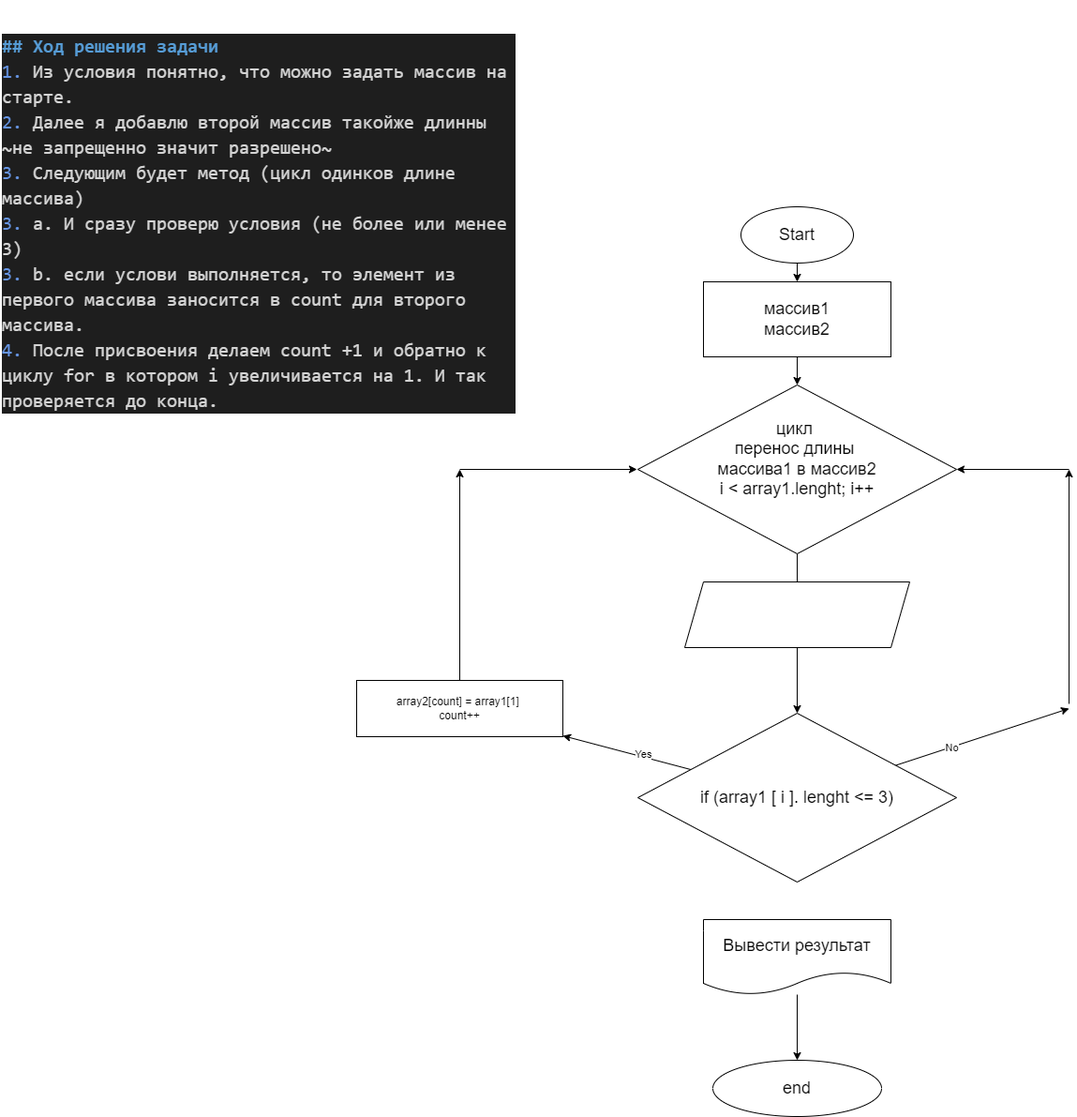
This is Ex01/Ex01.drawio.png from NeoAdd/Final1Q, a draw.io export, as it was before one commit. Source tidied: cells renumbered, new cells last; positions are measured from the earlier drawing's top-left corner, leaving out a move shared by most shapes.
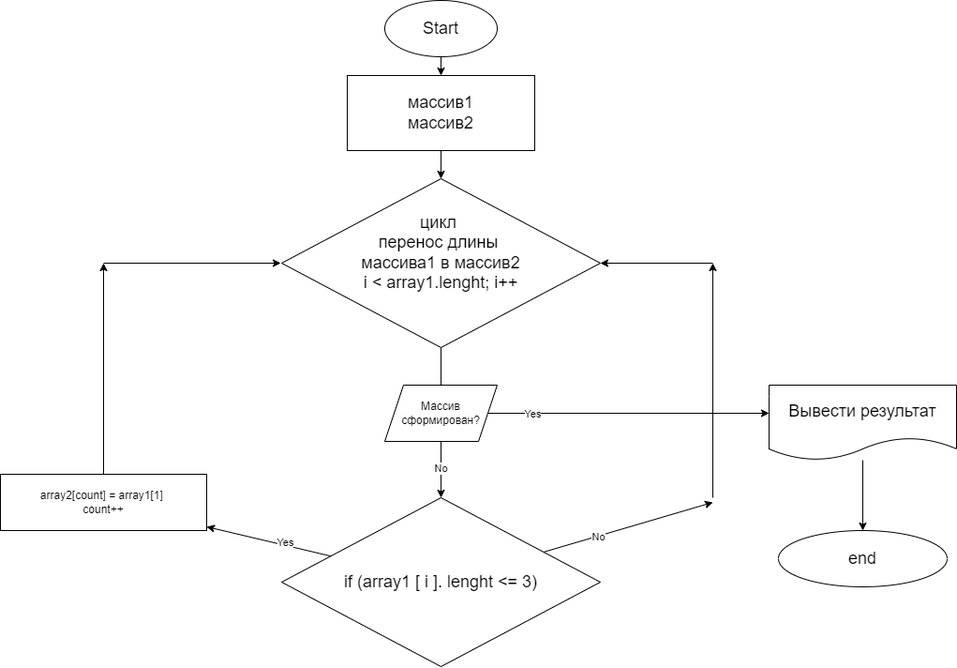
After the commit.

Commit message:
исправил ошибки в схеме2

Diff of the diagram source:
```diff
@@ -20,17 +20,17 @@
       <mxGeometry relative="1" as="geometry" />
     </mxCell>
     <mxCell id="7" value="Вывести результат" style="shape=document;whiteSpace=wrap;html=1;boundedLbl=1;fontSize=18;" parent="1" vertex="1">
-      <mxGeometry x="750" y="980" width="200" height="80" as="geometry" />
+      <mxGeometry x="1200" y="630" width="200" height="80" as="geometry" />
     </mxCell>
     <mxCell id="8" value="end" style="ellipse;whiteSpace=wrap;html=1;fontSize=18;" parent="1" vertex="1">
-      <mxGeometry x="760" y="1130" width="180" height="60" as="geometry" />
+      <mxGeometry x="1210" y="785" width="180" height="60" as="geometry" />
     </mxCell>
-    <mxCell id="9" value="&#10;&#10;&lt;div style=&quot;color: rgb(212, 212, 212); background-color: rgb(30, 30, 30); font-family: consolas, &amp;quot;courier new&amp;quot;, monospace; font-weight: normal; font-size: 20px; line-height: 27px;&quot;&gt;&lt;div&gt;&lt;span style=&quot;color: #569cd6 ; font-weight: bold&quot;&gt;## Ход решения задачи&lt;/span&gt;&lt;/div&gt;&lt;div&gt;&lt;span style=&quot;color: #6796e6&quot;&gt;1.&lt;/span&gt;&lt;span style=&quot;color: #d4d4d4&quot;&gt; Из условия понятно, что можно задать массив на старте.&lt;/span&gt;&lt;/div&gt;&lt;div&gt;&lt;span style=&quot;color: #6796e6&quot;&gt;2.&lt;/span&gt;&lt;span style=&quot;color: #d4d4d4&quot;&gt; Далее я добавлю второй массив такойже длинны ~не запрещенно значит разрешено~&lt;/span&gt;&lt;/div&gt;&lt;div&gt;&lt;span style=&quot;color: #6796e6&quot;&gt;3.&lt;/span&gt;&lt;span style=&quot;color: #d4d4d4&quot;&gt; Следующим будет метод (цикл одинков длине массива)&lt;/span&gt;&lt;/div&gt;&lt;div&gt;&lt;span style=&quot;color: #6796e6&quot;&gt;3.&lt;/span&gt;&lt;span style=&quot;color: #d4d4d4&quot;&gt; a. И сразу проверю условия (не более или менее 3)&lt;/span&gt;&lt;/div&gt;&lt;div&gt;&lt;span style=&quot;color: #6796e6&quot;&gt;3.&lt;/span&gt;&lt;span style=&quot;color: #d4d4d4&quot;&gt; b. если услови выполняется, то элемент из первого массива заносится в count для второго массива.&lt;/span&gt;&lt;/div&gt;&lt;div&gt;&lt;span style=&quot;color: #6796e6&quot;&gt;4.&lt;/span&gt;&lt;span style=&quot;color: #d4d4d4&quot;&gt; После присвоения делаем count +1 и обратно к циклу for в котором i увеличивается на 1. И так проверяется до конца.&lt;/span&gt;&lt;/div&gt;&lt;/div&gt;&#10;&#10;" style="text;whiteSpace=wrap;html=1;" parent="1" vertex="1">
-      <mxGeometry width="550" height="420" as="geometry" />
-    </mxCell>
     <mxCell id="10" style="edgeStyle=none;html=1;" parent="1" edge="1" source="11" target="16">
       <mxGeometry relative="1" as="geometry" />
     </mxCell>
+    <mxCell id="23" value="No" style="edgeLabel;html=1;align=center;verticalAlign=middle;" parent="10" vertex="1">
+      <mxGeometry x="0.6" y="-1" relative="1" as="geometry" />
+    </mxCell>
     <mxCell id="11" value="&lt;span style=&quot;font-size: 18px&quot;&gt;ц&lt;/span&gt;&lt;span style=&quot;font-size: 18px&quot;&gt;икл&amp;nbsp;&lt;/span&gt;&lt;span style=&quot;font-size: 18px&quot;&gt;&lt;br&gt;&lt;/span&gt;&lt;span style=&quot;font-size: 18px&quot;&gt;перенос длины &lt;br&gt;массива1 в массив2&lt;br&gt;i &amp;lt; array1.lenght; i++&lt;br&gt;&amp;nbsp;&lt;/span&gt;&lt;span style=&quot;font-size: 18px&quot;&gt;&amp;nbsp;&lt;/span&gt;" style="rhombus;whiteSpace=wrap;html=1;" parent="1" vertex="1">
       <mxGeometry x="680" y="410" width="340" height="180" as="geometry" />
     </mxCell>
@@ -49,7 +49,7 @@
       <mxGeometry x="-0.36" relative="1" as="geometry" />
     </mxCell>
     <mxCell id="16" value="&lt;span style=&quot;font-size: 18px&quot;&gt;if (array1 [ i ]. lenght &amp;lt;= 3)&lt;/span&gt;" style="rhombus;whiteSpace=wrap;html=1;" parent="1" vertex="1">
-      <mxGeometry x="680" y="760" width="340" height="180" as="geometry" />
+      <mxGeometry x="680" y="750" width="340" height="180" as="geometry" />
     </mxCell>
     <mxCell id="17" style="edgeStyle=none;html=1;" parent="1" edge="1" source="18">
       <mxGeometry relative="1" as="geometry">
@@ -77,8 +77,16 @@
         <mxPoint x="679" y="500" as="targetPoint" />
       </mxGeometry>
     </mxCell>
-    <mxCell id="22" style="shape=parallelogram;perimeter=parallelogramPerimeter;whiteSpace=wrap;html=1;fixedSize=1;" parent="1" vertex="1">
-      <mxGeometry x="730" y="620" width="240" height="70" as="geometry" />
-    </mxCell>
+    <mxCell id="24" style="edgeStyle=none;html=1;" parent="1" edge="1" source="26">
+      <mxGeometry relative="1" as="geometry">
+        <mxPoint x="1200" y="660" as="targetPoint" />
+      </mxGeometry>
+    </mxCell>
+    <mxCell id="25" value="Yes" style="edgeLabel;html=1;align=center;verticalAlign=middle;" parent="24" vertex="1">
+      <mxGeometry x="-0.69" relative="1" as="geometry" />
+    </mxCell>
+    <mxCell id="26" value="Массив сформирован?" style="shape=parallelogram;perimeter=parallelogramPerimeter;whiteSpace=wrap;html=1;fixedSize=1;" parent="1" vertex="1">
+      <mxGeometry x="790" y="630" width="120" height="60" as="geometry" />
+    </mxCell>
   </root>
 </mxGraphModel>
```
